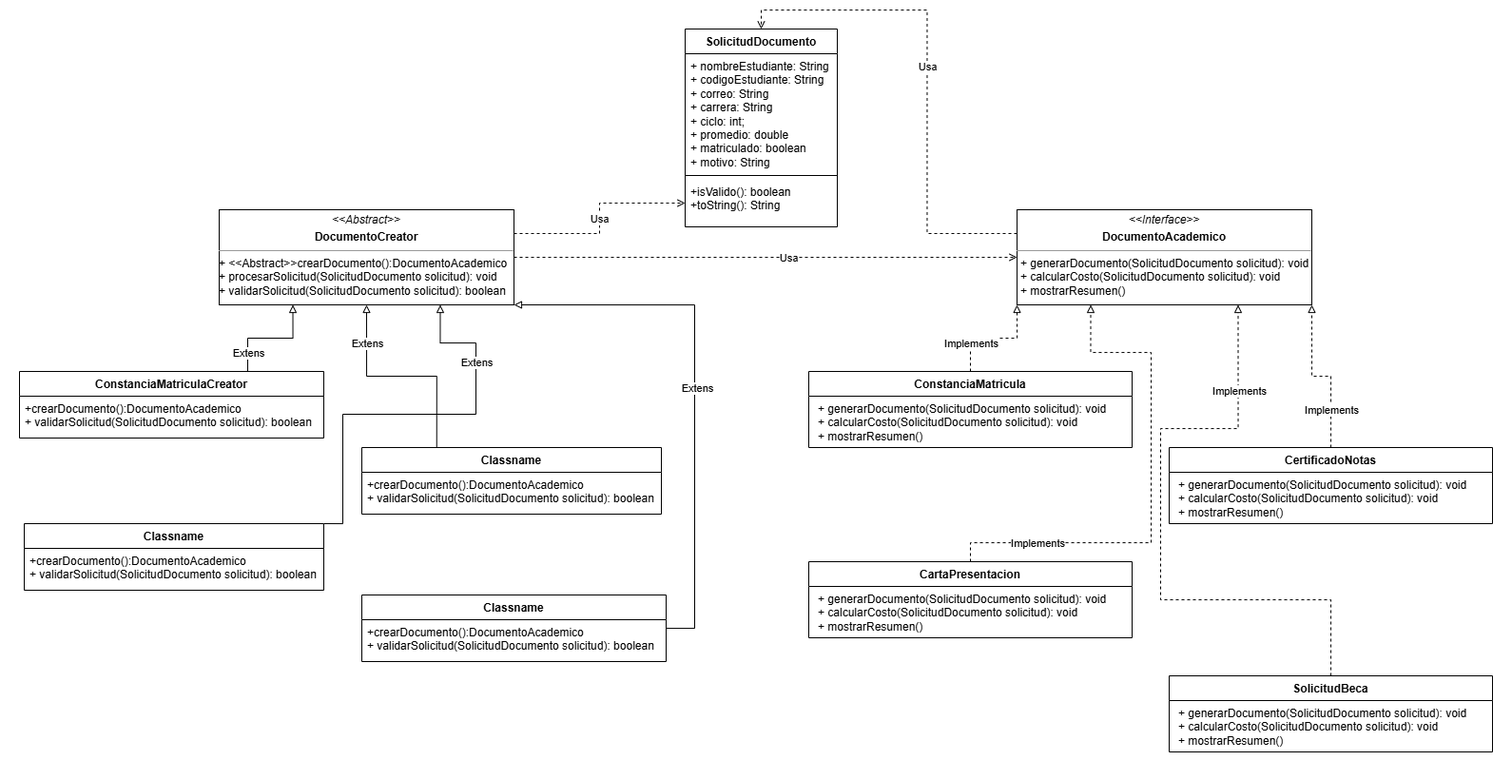
Above: 01-Creacionales/Factory/ExamenFactory/Diagramas/DiagramaDeClases.png in RaulFBS/Patrones-de-Diseno-Java (draw.io), before the change. Source tidied: cells renumbered, new cells last; positions are measured from the earlier drawing's top-left corner, leaving out a move shared by most shapes. Its diagram source:
```xml
<mxGraphModel>
  <root>
    <mxCell id="0" />
    <mxCell id="1" parent="0" />
    <mxCell id="2" style="group;fillColor=default;" parent="1" vertex="1">
      <mxGeometry width="1590" height="820" as="geometry" />
    </mxCell>
    <mxCell id="3" value="SolicitudDocumento" style="swimlane;fontStyle=1;align=center;verticalAlign=top;horizontal=1;startSize=26;whiteSpace=wrap;html=1;" parent="1" vertex="1">
      <mxGeometry x="720" y="30" width="160" height="208" as="geometry" />
    </mxCell>
    <mxCell id="4" value="+ nombreEstudiante: String&lt;br&gt;+ codigoEstudiante: String&lt;br&gt;+ correo: String&lt;br&gt;+ carrera: String&lt;br&gt;+ ciclo: int;&lt;br&gt;+ promedio: double&lt;br&gt;+ matriculado: boolean&lt;br&gt;+ motivo: String" style="text;strokeColor=none;fillColor=none;align=left;verticalAlign=top;spacingLeft=4;spacingRight=4;overflow=hidden;whiteSpace=wrap;html=1;" parent="3" vertex="1">
      <mxGeometry y="26" width="160" height="124" as="geometry" />
    </mxCell>
    <mxCell id="5" style="line;strokeWidth=1;fillColor=none;align=left;verticalAlign=middle;spacingTop=-1;spacingLeft=3;spacingRight=3;labelPosition=right;strokeColor=inherit;" parent="3" vertex="1">
      <mxGeometry y="150" width="160" height="8" as="geometry" />
    </mxCell>
    <mxCell id="6" value="+isValido(): boolean&lt;br&gt;+toString(): String" style="text;strokeColor=none;fillColor=none;align=left;verticalAlign=top;spacingLeft=4;spacingRight=4;overflow=hidden;points=[[0,0.5],[1,0.5]];portConstraint=eastwest;whiteSpace=wrap;html=1;" parent="3" vertex="1">
      <mxGeometry y="158" width="160" height="50" as="geometry" />
    </mxCell>
    <mxCell id="7" style="edgeStyle=orthogonalEdgeStyle;rounded=0;jettySize=auto;html=1;exitX=0;exitY=0.25;exitDx=0;exitDy=0;entryX=0.5;entryY=0;entryDx=0;entryDy=0;dashed=1;endArrow=open;endFill=0;" parent="1" edge="1" source="9" target="3">
      <mxGeometry relative="1" as="geometry" />
    </mxCell>
    <mxCell id="8" value="Usa" style="edgeLabel;html=1;align=center;verticalAlign=middle;" parent="7" vertex="1">
      <mxGeometry x="0.03" y="1" relative="1" as="geometry">
        <mxPoint x="1" as="offset" />
      </mxGeometry>
    </mxCell>
    <mxCell id="9" value="&lt;p style=&quot;margin:0px;margin-top:4px;text-align:center;&quot;&gt;&lt;i&gt;&amp;lt;&amp;lt;Interface&amp;gt;&amp;gt;&lt;/i&gt;&lt;br&gt;&lt;/p&gt;&lt;p style=&quot;margin:0px;margin-top:4px;text-align:center;&quot;&gt;&lt;b style=&quot;&quot;&gt;DocumentoAcademico&lt;/b&gt;&lt;/p&gt;&lt;hr size=&quot;1&quot;&gt;&lt;p style=&quot;margin:0px;margin-left:4px;&quot;&gt;&lt;/p&gt;&lt;p style=&quot;margin:0px;margin-left:4px;&quot;&gt;+ generarDocumento(SolicitudDocumento solicitud): void&lt;/p&gt;&lt;p style=&quot;margin:0px;margin-left:4px;&quot;&gt;+ calcularCosto(SolicitudDocumento solicitud): void&lt;/p&gt;&lt;p style=&quot;margin:0px;margin-left:4px;&quot;&gt;+ mostrarResumen()&lt;/p&gt;&lt;p style=&quot;margin:0px;margin-left:4px;&quot;&gt;&lt;/p&gt;" style="verticalAlign=top;align=left;overflow=fill;fontSize=12;fontFamily=Helvetica;html=1;whiteSpace=wrap;" parent="1" vertex="1">
      <mxGeometry x="1069" y="220" width="310" height="100" as="geometry" />
    </mxCell>
    <mxCell id="10" style="edgeStyle=orthogonalEdgeStyle;rounded=0;jettySize=auto;html=1;entryX=0;entryY=1;entryDx=0;entryDy=0;dashed=1;endArrow=block;endFill=0;" parent="1" edge="1" source="11" target="9">
      <mxGeometry relative="1" as="geometry" />
    </mxCell>
    <mxCell id="11" value="ConstanciaMatricula" style="swimlane;fontStyle=1;align=center;verticalAlign=top;horizontal=1;startSize=26;whiteSpace=wrap;html=1;" parent="1" vertex="1">
      <mxGeometry x="850" y="390" width="340" height="80" as="geometry" />
    </mxCell>
    <mxCell id="12" value="&lt;p style=&quot;border-color: rgb(218, 220, 224); margin: 0px 0px 0px 4px;&quot;&gt;+ generarDocumento(SolicitudDocumento solicitud): void&lt;/p&gt;&lt;p style=&quot;border-color: rgb(218, 220, 224); margin: 0px 0px 0px 4px;&quot;&gt;+ calcularCosto(SolicitudDocumento solicitud): void&lt;/p&gt;&lt;p style=&quot;border-color: rgb(218, 220, 224); margin: 0px 0px 0px 4px;&quot;&gt;+ mostrarResumen()&lt;/p&gt;" style="text;strokeColor=none;fillColor=none;align=left;verticalAlign=top;spacingLeft=4;spacingRight=4;overflow=hidden;whiteSpace=wrap;html=1;" parent="11" vertex="1">
      <mxGeometry y="26" width="340" height="54" as="geometry" />
    </mxCell>
    <mxCell id="13" style="edgeStyle=orthogonalEdgeStyle;rounded=0;jettySize=auto;html=1;entryX=1;entryY=1;entryDx=0;entryDy=0;dashed=1;endArrow=block;endFill=0;" parent="1" edge="1" source="14" target="9">
      <mxGeometry relative="1" as="geometry" />
    </mxCell>
    <mxCell id="14" value="CertificadoNotas" style="swimlane;fontStyle=1;align=center;verticalAlign=top;horizontal=1;startSize=26;whiteSpace=wrap;html=1;" parent="1" vertex="1">
      <mxGeometry x="1229" y="470" width="340" height="80" as="geometry" />
    </mxCell>
    <mxCell id="15" value="&lt;p style=&quot;border-color: rgb(218, 220, 224); margin: 0px 0px 0px 4px;&quot;&gt;+ generarDocumento(SolicitudDocumento solicitud): void&lt;/p&gt;&lt;p style=&quot;border-color: rgb(218, 220, 224); margin: 0px 0px 0px 4px;&quot;&gt;+ calcularCosto(SolicitudDocumento solicitud): void&lt;/p&gt;&lt;p style=&quot;border-color: rgb(218, 220, 224); margin: 0px 0px 0px 4px;&quot;&gt;+ mostrarResumen()&lt;/p&gt;" style="text;strokeColor=none;fillColor=none;align=left;verticalAlign=top;spacingLeft=4;spacingRight=4;overflow=hidden;whiteSpace=wrap;html=1;" parent="14" vertex="1">
      <mxGeometry y="26" width="340" height="54" as="geometry" />
    </mxCell>
    <mxCell id="16" style="edgeStyle=orthogonalEdgeStyle;rounded=0;jettySize=auto;html=1;entryX=0.25;entryY=1;entryDx=0;entryDy=0;dashed=1;endArrow=block;endFill=0;" parent="1" edge="1" source="17" target="9">
      <mxGeometry relative="1" as="geometry">
        <Array as="points">
          <mxPoint x="1020" y="570" />
          <mxPoint x="1210" y="570" />
          <mxPoint x="1210" y="370" />
          <mxPoint x="1147" y="370" />
        </Array>
      </mxGeometry>
    </mxCell>
    <mxCell id="17" value="CartaPresentacion" style="swimlane;fontStyle=1;align=center;verticalAlign=top;horizontal=1;startSize=26;whiteSpace=wrap;html=1;" parent="1" vertex="1">
      <mxGeometry x="850" y="590" width="340" height="80" as="geometry" />
    </mxCell>
    <mxCell id="18" value="&lt;p style=&quot;border-color: rgb(218, 220, 224); margin: 0px 0px 0px 4px;&quot;&gt;+ generarDocumento(SolicitudDocumento solicitud): void&lt;/p&gt;&lt;p style=&quot;border-color: rgb(218, 220, 224); margin: 0px 0px 0px 4px;&quot;&gt;+ calcularCosto(SolicitudDocumento solicitud): void&lt;/p&gt;&lt;p style=&quot;border-color: rgb(218, 220, 224); margin: 0px 0px 0px 4px;&quot;&gt;+ mostrarResumen()&lt;/p&gt;" style="text;strokeColor=none;fillColor=none;align=left;verticalAlign=top;spacingLeft=4;spacingRight=4;overflow=hidden;whiteSpace=wrap;html=1;" parent="17" vertex="1">
      <mxGeometry y="26" width="340" height="54" as="geometry" />
    </mxCell>
    <mxCell id="19" style="edgeStyle=orthogonalEdgeStyle;rounded=0;jettySize=auto;html=1;entryX=0.75;entryY=1;entryDx=0;entryDy=0;dashed=1;endArrow=block;endFill=0;" parent="1" edge="1" source="21" target="9">
      <mxGeometry relative="1" as="geometry">
        <Array as="points">
          <mxPoint x="1399" y="630" />
          <mxPoint x="1220" y="630" />
          <mxPoint x="1220" y="450" />
          <mxPoint x="1302" y="450" />
        </Array>
      </mxGeometry>
    </mxCell>
    <mxCell id="20" value="Implements" style="edgeLabel;html=1;align=center;verticalAlign=middle;" parent="19" vertex="1">
      <mxGeometry x="0.73" relative="1" as="geometry">
        <mxPoint x="1" y="1" as="offset" />
      </mxGeometry>
    </mxCell>
    <mxCell id="21" value="SolicitudBeca" style="swimlane;fontStyle=1;align=center;verticalAlign=top;horizontal=1;startSize=26;whiteSpace=wrap;html=1;" parent="1" vertex="1">
      <mxGeometry x="1229" y="710" width="340" height="80" as="geometry" />
    </mxCell>
    <mxCell id="22" value="&lt;p style=&quot;border-color: rgb(218, 220, 224); margin: 0px 0px 0px 4px;&quot;&gt;+ generarDocumento(SolicitudDocumento solicitud): void&lt;/p&gt;&lt;p style=&quot;border-color: rgb(218, 220, 224); margin: 0px 0px 0px 4px;&quot;&gt;+ calcularCosto(SolicitudDocumento solicitud): void&lt;/p&gt;&lt;p style=&quot;border-color: rgb(218, 220, 224); margin: 0px 0px 0px 4px;&quot;&gt;+ mostrarResumen()&lt;/p&gt;" style="text;strokeColor=none;fillColor=none;align=left;verticalAlign=top;spacingLeft=4;spacingRight=4;overflow=hidden;whiteSpace=wrap;html=1;" parent="21" vertex="1">
      <mxGeometry y="26" width="340" height="54" as="geometry" />
    </mxCell>
    <mxCell id="23" style="edgeStyle=orthogonalEdgeStyle;rounded=0;jettySize=auto;html=1;entryX=0;entryY=0.5;entryDx=0;entryDy=0;dashed=1;endArrow=open;endFill=0;" parent="1" edge="1" source="25" target="9">
      <mxGeometry relative="1" as="geometry" />
    </mxCell>
    <mxCell id="24" style="edgeStyle=orthogonalEdgeStyle;rounded=0;jettySize=auto;html=1;exitX=1;exitY=0.25;exitDx=0;exitDy=0;endArrow=open;endFill=0;dashed=1;" parent="1" edge="1" source="25" target="6">
      <mxGeometry relative="1" as="geometry" />
    </mxCell>
    <mxCell id="25" value="&lt;p style=&quot;margin:0px;margin-top:4px;text-align:center;&quot;&gt;&lt;i&gt;&amp;lt;&amp;lt;Abstract&amp;gt;&amp;gt;&lt;/i&gt;&lt;br&gt;&lt;/p&gt;&lt;p style=&quot;margin:0px;margin-top:4px;text-align:center;&quot;&gt;&lt;b style=&quot;&quot;&gt;DocumentoCreator&lt;/b&gt;&lt;/p&gt;&lt;hr size=&quot;1&quot;&gt;+ &amp;lt;&amp;lt;Abstract&amp;gt;&amp;gt;crearDocumento():DocumentoAcademico&lt;br&gt;+ procesarSolicitud(SolicitudDocumento solicitud): void&lt;br&gt;+ validarSolicitud(SolicitudDocumento solicitud): boolean&lt;br&gt;&lt;p style=&quot;margin:0px;margin-left:4px;&quot;&gt;&lt;/p&gt;" style="verticalAlign=top;align=left;overflow=fill;fontSize=12;fontFamily=Helvetica;html=1;whiteSpace=wrap;" parent="1" vertex="1">
      <mxGeometry x="230" y="220" width="310" height="100" as="geometry" />
    </mxCell>
    <mxCell id="26" style="edgeStyle=orthogonalEdgeStyle;rounded=0;jettySize=auto;html=1;exitX=0.75;exitY=0;exitDx=0;exitDy=0;entryX=0.25;entryY=1;entryDx=0;entryDy=0;endArrow=block;endFill=0;" parent="1" edge="1" source="27" target="25">
      <mxGeometry relative="1" as="geometry" />
    </mxCell>
    <mxCell id="27" value="ConstanciaMatriculaCreator" style="swimlane;fontStyle=1;align=center;verticalAlign=top;horizontal=1;startSize=26;whiteSpace=wrap;html=1;" parent="1" vertex="1">
      <mxGeometry x="20" y="390" width="320" height="70" as="geometry" />
    </mxCell>
    <mxCell id="28" value="+crearDocumento():DocumentoAcademico&lt;br style=&quot;border-color: rgb(218, 220, 224);&quot;&gt;+ validarSolicitud(SolicitudDocumento solicitud): boolean" style="text;strokeColor=none;fillColor=none;align=left;verticalAlign=top;spacingLeft=4;spacingRight=4;overflow=hidden;whiteSpace=wrap;html=1;" parent="27" vertex="1">
      <mxGeometry y="26" width="320" height="44" as="geometry" />
    </mxCell>
    <mxCell id="29" style="edgeStyle=orthogonalEdgeStyle;rounded=0;jettySize=auto;html=1;exitX=0.25;exitY=0;exitDx=0;exitDy=0;entryX=0.5;entryY=1;entryDx=0;entryDy=0;endArrow=block;endFill=0;" parent="1" edge="1" source="30" target="25">
      <mxGeometry relative="1" as="geometry" />
    </mxCell>
    <mxCell id="30" value="Classname" style="swimlane;fontStyle=1;align=center;verticalAlign=top;horizontal=1;startSize=26;whiteSpace=wrap;html=1;" parent="1" vertex="1">
      <mxGeometry x="380" y="470" width="315" height="70" as="geometry" />
    </mxCell>
    <mxCell id="31" value="+crearDocumento():DocumentoAcademico&lt;br style=&quot;border-color: rgb(218, 220, 224);&quot;&gt;+ validarSolicitud(SolicitudDocumento solicitud): boolean" style="text;strokeColor=none;fillColor=none;align=left;verticalAlign=top;spacingLeft=4;spacingRight=4;overflow=hidden;whiteSpace=wrap;html=1;" parent="30" vertex="1">
      <mxGeometry y="26" width="315" height="44" as="geometry" />
    </mxCell>
    <mxCell id="32" style="edgeStyle=orthogonalEdgeStyle;rounded=0;jettySize=auto;html=1;exitX=1;exitY=0;exitDx=0;exitDy=0;entryX=0.75;entryY=1;entryDx=0;entryDy=0;endArrow=block;endFill=0;" parent="1" edge="1" source="33" target="25">
      <mxGeometry relative="1" as="geometry">
        <Array as="points">
          <mxPoint x="360" y="550" />
          <mxPoint x="360" y="435" />
          <mxPoint x="500" y="435" />
          <mxPoint x="500" y="360" />
          <mxPoint x="463" y="360" />
        </Array>
      </mxGeometry>
    </mxCell>
    <mxCell id="33" value="Classname" style="swimlane;fontStyle=1;align=center;verticalAlign=top;horizontal=1;startSize=26;whiteSpace=wrap;html=1;" parent="1" vertex="1">
      <mxGeometry x="25" y="550" width="315" height="70" as="geometry" />
    </mxCell>
    <mxCell id="34" value="+crearDocumento():DocumentoAcademico&lt;br style=&quot;border-color: rgb(218, 220, 224);&quot;&gt;+ validarSolicitud(SolicitudDocumento solicitud): boolean" style="text;strokeColor=none;fillColor=none;align=left;verticalAlign=top;spacingLeft=4;spacingRight=4;overflow=hidden;whiteSpace=wrap;html=1;" parent="33" vertex="1">
      <mxGeometry y="26" width="315" height="44" as="geometry" />
    </mxCell>
    <mxCell id="35" style="edgeStyle=orthogonalEdgeStyle;rounded=0;jettySize=auto;html=1;entryX=1;entryY=1;entryDx=0;entryDy=0;endArrow=block;endFill=0;" parent="1" edge="1" source="37" target="25">
      <mxGeometry relative="1" as="geometry">
        <Array as="points">
          <mxPoint x="730" y="660" />
          <mxPoint x="730" y="320" />
        </Array>
      </mxGeometry>
    </mxCell>
    <mxCell id="36" value="Extens" style="edgeLabel;html=1;align=center;verticalAlign=middle;" parent="35" vertex="1">
      <mxGeometry x="0.01" y="-2" relative="1" as="geometry" />
    </mxCell>
    <mxCell id="37" value="Classname" style="swimlane;fontStyle=1;align=center;verticalAlign=top;horizontal=1;startSize=26;whiteSpace=wrap;html=1;" parent="1" vertex="1">
      <mxGeometry x="380" y="625" width="320" height="70" as="geometry" />
    </mxCell>
    <mxCell id="38" value="+crearDocumento():DocumentoAcademico&lt;br style=&quot;border-color: rgb(218, 220, 224);&quot;&gt;+ validarSolicitud(SolicitudDocumento solicitud): boolean" style="text;strokeColor=none;fillColor=none;align=left;verticalAlign=top;spacingLeft=4;spacingRight=4;overflow=hidden;whiteSpace=wrap;html=1;" parent="37" vertex="1">
      <mxGeometry y="26" width="320" height="44" as="geometry" />
    </mxCell>
    <mxCell id="39" value="Usa" style="edgeLabel;html=1;align=center;verticalAlign=middle;" parent="1" vertex="1">
      <mxGeometry x="640" y="238" as="geometry">
        <mxPoint x="-11" y="-9" as="offset" />
      </mxGeometry>
    </mxCell>
    <mxCell id="40" value="Usa" style="edgeLabel;html=1;align=center;verticalAlign=middle;" parent="1" vertex="1">
      <mxGeometry x="830" y="280" as="geometry">
        <mxPoint x="-2" y="-10" as="offset" />
      </mxGeometry>
    </mxCell>
    <mxCell id="41" value="Implements" style="edgeLabel;html=1;align=center;verticalAlign=middle;" parent="1" vertex="1">
      <mxGeometry x="1399" y="430" as="geometry" />
    </mxCell>
    <mxCell id="42" value="Implements" style="edgeLabel;html=1;align=center;verticalAlign=middle;" parent="1" vertex="1">
      <mxGeometry x="1090" y="570" as="geometry" />
    </mxCell>
    <mxCell id="43" value="Implements" style="edgeLabel;html=1;align=center;verticalAlign=middle;" parent="1" vertex="1">
      <mxGeometry x="1020" y="360" as="geometry" />
    </mxCell>
    <mxCell id="44" value="Extens" style="edgeLabel;html=1;align=center;verticalAlign=middle;" parent="1" vertex="1">
      <mxGeometry x="500" y="380" as="geometry" />
    </mxCell>
    <mxCell id="45" value="Extens" style="edgeLabel;html=1;align=center;verticalAlign=middle;" parent="1" vertex="1">
      <mxGeometry x="385" y="360" as="geometry" />
    </mxCell>
    <mxCell id="46" value="Extens" style="edgeLabel;html=1;align=center;verticalAlign=middle;" parent="1" vertex="1">
      <mxGeometry x="260" y="370" as="geometry" />
    </mxCell>
  </root>
</mxGraphModel>
```
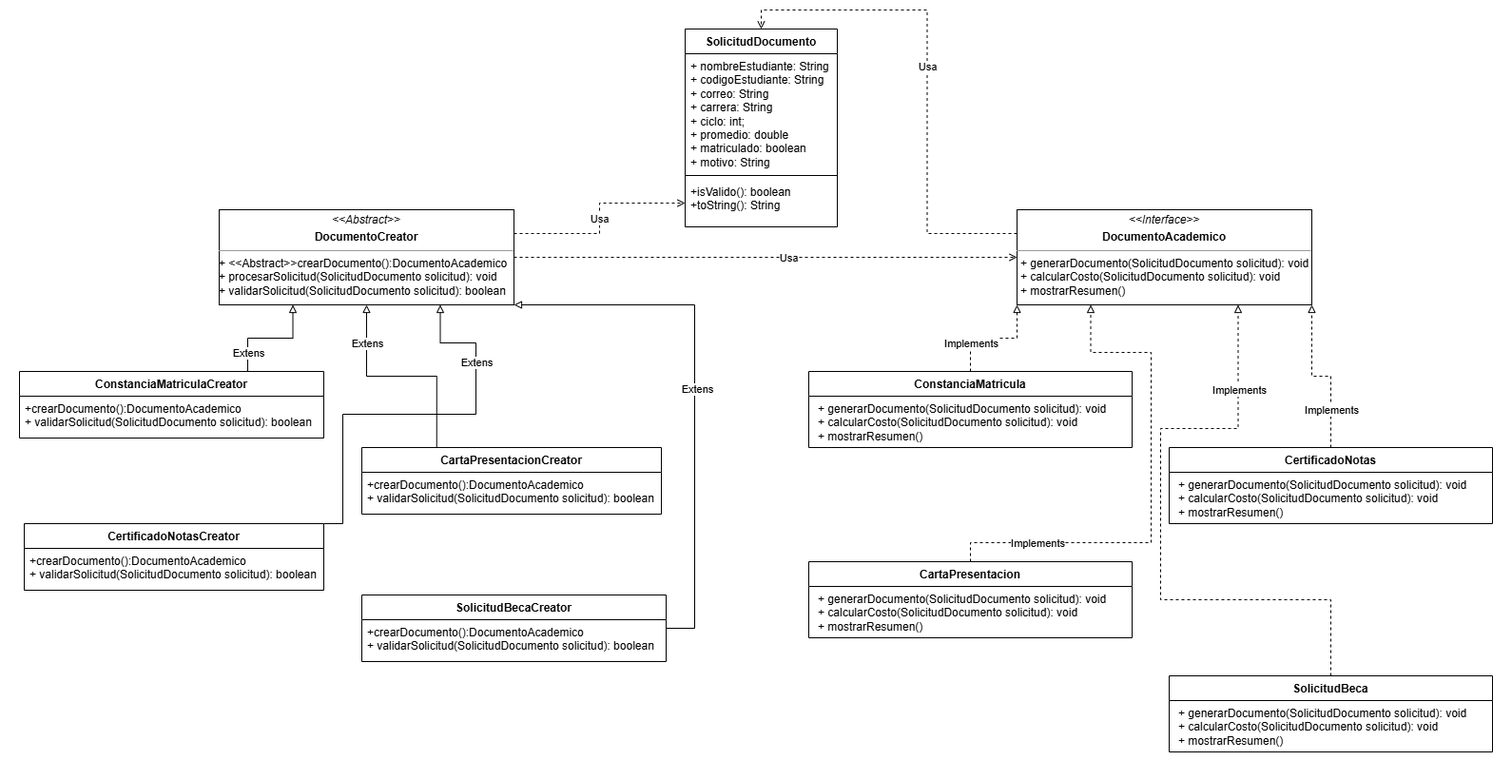
The same file after the commit.

Commit message:
Arreglo de diagrama

The edit, as a diff of the source:
```diff
@@ -104,7 +104,7 @@
     <mxCell id="29" style="edgeStyle=orthogonalEdgeStyle;rounded=0;jettySize=auto;html=1;exitX=0.25;exitY=0;exitDx=0;exitDy=0;entryX=0.5;entryY=1;entryDx=0;entryDy=0;endArrow=block;endFill=0;" parent="1" edge="1" source="30" target="25">
       <mxGeometry relative="1" as="geometry" />
     </mxCell>
-    <mxCell id="30" value="Classname" style="swimlane;fontStyle=1;align=center;verticalAlign=top;horizontal=1;startSize=26;whiteSpace=wrap;html=1;" parent="1" vertex="1">
+    <mxCell id="30" value="CartaPresentacionCreator" style="swimlane;fontStyle=1;align=center;verticalAlign=top;horizontal=1;startSize=26;whiteSpace=wrap;html=1;" parent="1" vertex="1">
       <mxGeometry x="380" y="470" width="315" height="70" as="geometry" />
     </mxCell>
     <mxCell id="31" value="+crearDocumento():DocumentoAcademico&lt;br style=&quot;border-color: rgb(218, 220, 224);&quot;&gt;+ validarSolicitud(SolicitudDocumento solicitud): boolean" style="text;strokeColor=none;fillColor=none;align=left;verticalAlign=top;spacingLeft=4;spacingRight=4;overflow=hidden;whiteSpace=wrap;html=1;" parent="30" vertex="1">
@@ -121,7 +121,7 @@
         </Array>
       </mxGeometry>
     </mxCell>
-    <mxCell id="33" value="Classname" style="swimlane;fontStyle=1;align=center;verticalAlign=top;horizontal=1;startSize=26;whiteSpace=wrap;html=1;" parent="1" vertex="1">
+    <mxCell id="33" value="CertificadoNotasCreator" style="swimlane;fontStyle=1;align=center;verticalAlign=top;horizontal=1;startSize=26;whiteSpace=wrap;html=1;" parent="1" vertex="1">
       <mxGeometry x="25" y="550" width="315" height="70" as="geometry" />
     </mxCell>
     <mxCell id="34" value="+crearDocumento():DocumentoAcademico&lt;br style=&quot;border-color: rgb(218, 220, 224);&quot;&gt;+ validarSolicitud(SolicitudDocumento solicitud): boolean" style="text;strokeColor=none;fillColor=none;align=left;verticalAlign=top;spacingLeft=4;spacingRight=4;overflow=hidden;whiteSpace=wrap;html=1;" parent="33" vertex="1">
@@ -138,7 +138,7 @@
     <mxCell id="36" value="Extens" style="edgeLabel;html=1;align=center;verticalAlign=middle;" parent="35" vertex="1">
       <mxGeometry x="0.01" y="-2" relative="1" as="geometry" />
     </mxCell>
-    <mxCell id="37" value="Classname" style="swimlane;fontStyle=1;align=center;verticalAlign=top;horizontal=1;startSize=26;whiteSpace=wrap;html=1;" parent="1" vertex="1">
+    <mxCell id="37" value="SolicitudBecaCreator" style="swimlane;fontStyle=1;align=center;verticalAlign=top;horizontal=1;startSize=26;whiteSpace=wrap;html=1;" parent="1" vertex="1">
       <mxGeometry x="380" y="625" width="320" height="70" as="geometry" />
     </mxCell>
     <mxCell id="38" value="+crearDocumento():DocumentoAcademico&lt;br style=&quot;border-color: rgb(218, 220, 224);&quot;&gt;+ validarSolicitud(SolicitudDocumento solicitud): boolean" style="text;strokeColor=none;fillColor=none;align=left;verticalAlign=top;spacingLeft=4;spacingRight=4;overflow=hidden;whiteSpace=wrap;html=1;" parent="37" vertex="1">
```
